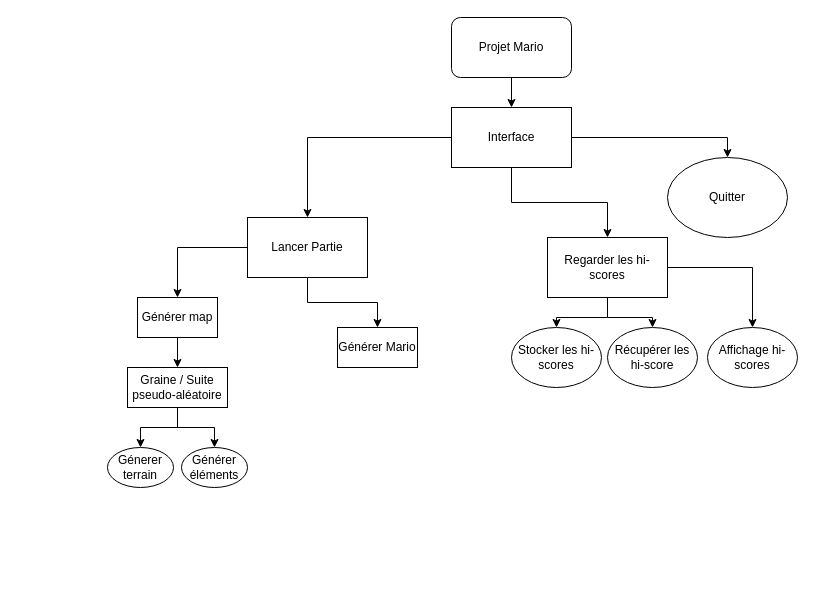
The draw.io diagram Diagramme_mario.drawio in Fanfnix/Projet_Mario, before the edit. Source tidied: cells renumbered, new cells numbered last; positions are measured from the earlier drawing's top-left corner, leaving out a move shared by most shapes. Both pictures are drawn from the tidied source at 100%, with x=0, y=0 at pixel (107, 17).
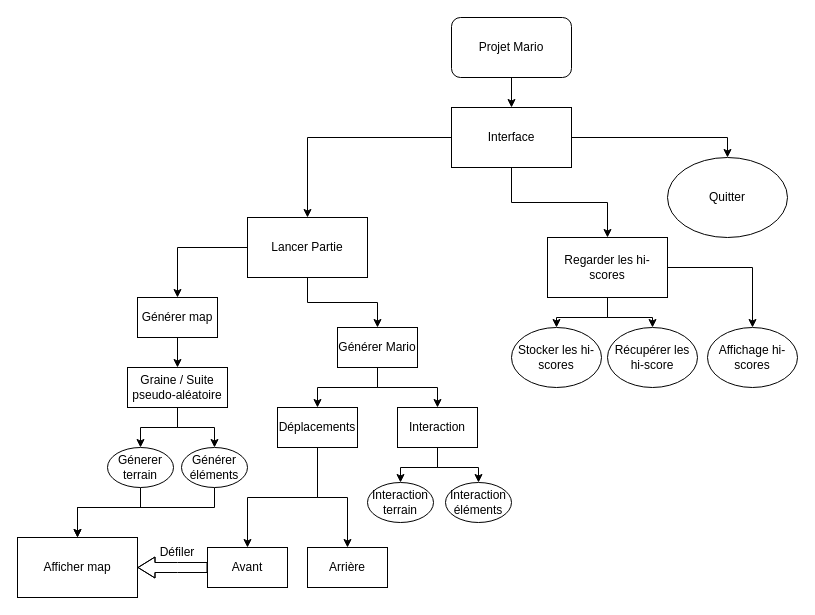
Above is the later version.

The change refers to these unchanged cells:
```xml
<mxCell id="19" value="Générer Mario" style="rounded=0;whiteSpace=wrap;html=1;" parent="1" vertex="1">
  <mxGeometry x="230" y="310" width="80" height="40" as="geometry" />
</mxCell>
<mxCell id="22" value="Génerer terrain" style="ellipse;whiteSpace=wrap;html=1;" parent="1" vertex="1">
  <mxGeometry y="430" width="66" height="40" as="geometry" />
</mxCell>
<mxCell id="23" value="Générer éléments" style="ellipse;whiteSpace=wrap;html=1;" parent="1" vertex="1">
  <mxGeometry x="74" y="430" width="66" height="40" as="geometry" />
</mxCell>
```

What changed in the source:
```diff
@@
+    <mxCell id="27" style="edgeStyle=orthogonalEdgeStyle;rounded=0;jettySize=auto;html=1;entryX=0.5;entryY=0;entryDx=0;entryDy=0;" parent="1" edge="1" source="19" target="33">
+      <mxGeometry relative="1" as="geometry" />
+    </mxCell>
+    <mxCell id="28" style="edgeStyle=orthogonalEdgeStyle;rounded=0;jettySize=auto;html=1;" parent="1" edge="1" source="19" target="36">
+      <mxGeometry relative="1" as="geometry" />
+    </mxCell>
@@
+    <mxCell id="29" style="edgeStyle=orthogonalEdgeStyle;rounded=0;jettySize=auto;html=1;" parent="1" edge="1" source="22" target="41">
+      <mxGeometry relative="1" as="geometry">
+        <Array as="points">
+          <mxPoint x="33" y="490" />
+          <mxPoint x="-30" y="490" />
+        </Array>
+      </mxGeometry>
+    </mxCell>
@@
+    <mxCell id="30" style="edgeStyle=orthogonalEdgeStyle;rounded=0;jettySize=auto;html=1;" parent="1" edge="1" source="23" target="41">
+      <mxGeometry relative="1" as="geometry">
+        <Array as="points">
+          <mxPoint x="107" y="490" />
+          <mxPoint x="-30" y="490" />
+        </Array>
+      </mxGeometry>
+    </mxCell>
@@
+    <mxCell id="31" style="edgeStyle=orthogonalEdgeStyle;rounded=0;jettySize=auto;html=1;" parent="1" edge="1" source="33" target="40">
+      <mxGeometry relative="1" as="geometry" />
+    </mxCell>
+    <mxCell id="32" style="edgeStyle=orthogonalEdgeStyle;rounded=0;jettySize=auto;html=1;" parent="1" edge="1" source="33" target="39">
+      <mxGeometry relative="1" as="geometry" />
+    </mxCell>
+    <mxCell id="33" value="Déplacements" style="rounded=0;whiteSpace=wrap;html=1;" parent="1" vertex="1">
+      <mxGeometry x="170" y="390" width="80" height="40" as="geometry" />
+    </mxCell>
+    <mxCell id="34" style="edgeStyle=orthogonalEdgeStyle;rounded=0;jettySize=auto;html=1;" parent="1" edge="1" source="36" target="38">
+      <mxGeometry relative="1" as="geometry" />
+    </mxCell>
+    <mxCell id="35" style="edgeStyle=orthogonalEdgeStyle;rounded=0;jettySize=auto;html=1;" parent="1" edge="1" source="36" target="37">
+      <mxGeometry relative="1" as="geometry" />
+    </mxCell>
+    <mxCell id="36" value="Interaction" style="rounded=0;whiteSpace=wrap;html=1;" parent="1" vertex="1">
+      <mxGeometry x="290" y="390" width="80" height="40" as="geometry" />
+    </mxCell>
+    <mxCell id="37" value="Interaction terrain" style="ellipse;whiteSpace=wrap;html=1;" parent="1" vertex="1">
+      <mxGeometry x="260" y="465" width="66" height="40" as="geometry" />
+    </mxCell>
+    <mxCell id="38" value="Interaction éléments" style="ellipse;whiteSpace=wrap;html=1;" parent="1" vertex="1">
+      <mxGeometry x="338" y="465" width="66" height="40" as="geometry" />
+    </mxCell>
+    <mxCell id="39" value="Avant" style="rounded=0;whiteSpace=wrap;html=1;" parent="1" vertex="1">
+      <mxGeometry x="100" y="530" width="80" height="40" as="geometry" />
+    </mxCell>
+    <mxCell id="40" value="Arrière" style="rounded=0;whiteSpace=wrap;html=1;" parent="1" vertex="1">
+      <mxGeometry x="200" y="530" width="80" height="40" as="geometry" />
+    </mxCell>
+    <mxCell id="41" value="Afficher map" style="rounded=0;whiteSpace=wrap;html=1;" parent="1" vertex="1">
+      <mxGeometry x="-90" y="520" width="120" height="60" as="geometry" />
+    </mxCell>
+    <mxCell id="42" style="shape=flexArrow;endArrow=classic;html=1;rounded=0;endWidth=10;endSize=5.33;" parent="1" edge="1" source="39" target="41">
+      <mxGeometry relative="1" as="geometry">
+        <Array as="points">
+          <mxPoint x="70" y="550" />
+        </Array>
+      </mxGeometry>
+    </mxCell>
+    <mxCell id="43" value="Défiler" style="text;html=1;align=center;verticalAlign=middle;whiteSpace=wrap;rounded=0;" parent="1" vertex="1">
+      <mxGeometry x="40" y="520" width="60" height="30" as="geometry" />
+    </mxCell>
```
